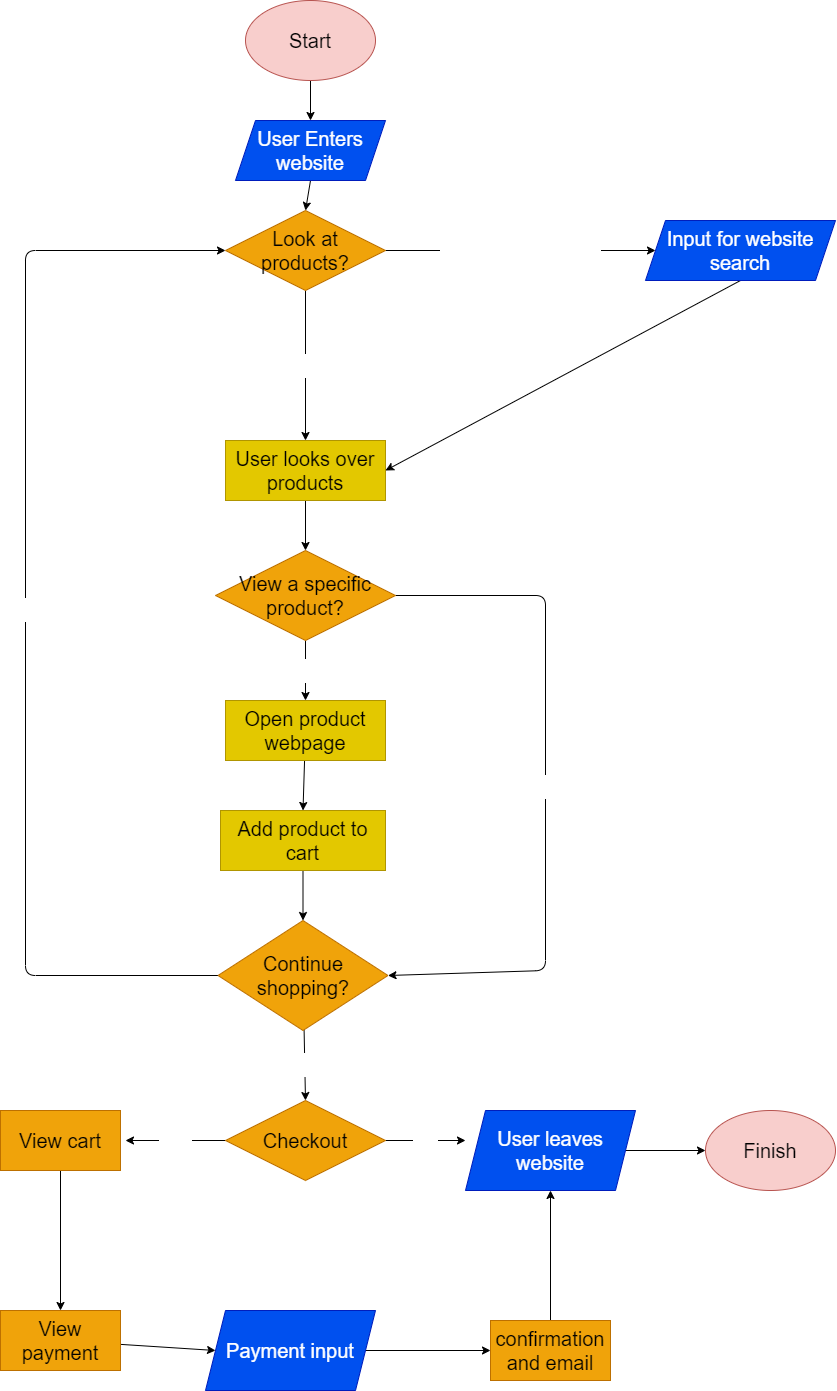
Earlier version of the draw.io export explore/diagramming/diagram.drawio.png (pdn002/fa22-cse110-lab4). Source tidied: cells renumbered, new cells last; positions are measured from the earlier drawing's top-left corner, leaving out a move shared by most shapes.
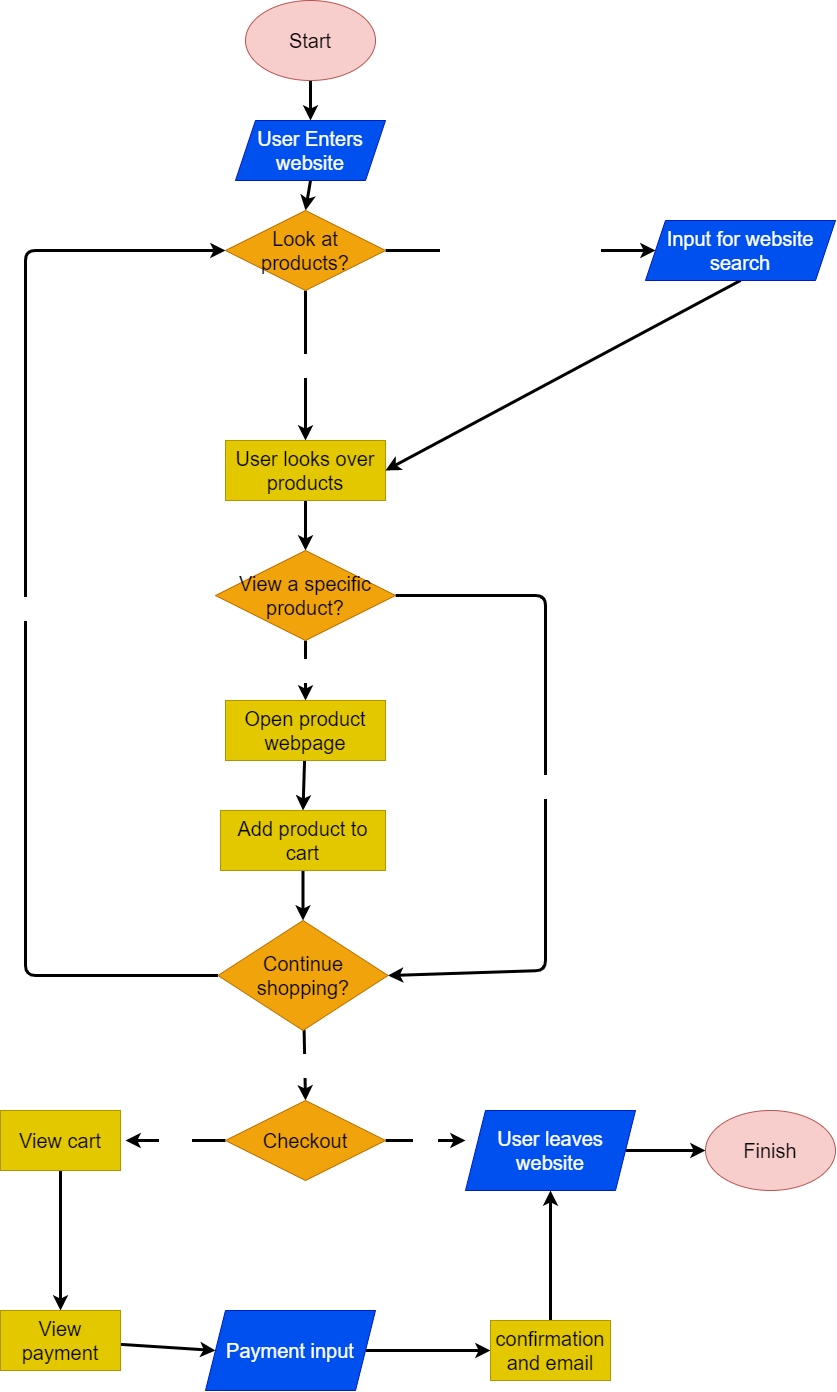
Above is the later version.

Change to the diagram source:
```diff
@@ -2,55 +2,55 @@
   <root>
     <mxCell id="0" />
     <mxCell id="1" parent="0" />
-    <mxCell id="2" style="edgeStyle=none;html=1;exitX=0.5;exitY=1;exitDx=0;exitDy=0;entryX=0.5;entryY=0;entryDx=0;entryDy=0;fontSize=20;fontColor=#000000;" parent="1" edge="1" source="3" target="5">
+    <mxCell id="2" style="edgeStyle=none;html=1;exitX=0.5;exitY=1;exitDx=0;exitDy=0;entryX=0.5;entryY=0;entryDx=0;entryDy=0;fontSize=20;fontColor=#000000;strokeWidth=3;" parent="1" edge="1" source="3" target="5">
       <mxGeometry relative="1" as="geometry" />
     </mxCell>
     <mxCell id="3" value="Start" style="ellipse;whiteSpace=wrap;html=1;fillColor=#f8cecc;strokeColor=#b85450;fontColor=#000000;fontSize=20;" parent="1" vertex="1">
       <mxGeometry x="245" width="130" height="80" as="geometry" />
     </mxCell>
-    <mxCell id="4" style="edgeStyle=none;html=1;exitX=0.5;exitY=1;exitDx=0;exitDy=0;entryX=0.5;entryY=0;entryDx=0;entryDy=0;fontSize=20;fontColor=#000000;" parent="1" edge="1" source="5" target="8">
+    <mxCell id="4" style="edgeStyle=none;html=1;exitX=0.5;exitY=1;exitDx=0;exitDy=0;entryX=0.5;entryY=0;entryDx=0;entryDy=0;fontSize=20;fontColor=#000000;strokeWidth=3;" parent="1" edge="1" source="5" target="8">
       <mxGeometry relative="1" as="geometry" />
     </mxCell>
     <mxCell id="5" value="User Enters website" style="shape=parallelogram;perimeter=parallelogramPerimeter;whiteSpace=wrap;html=1;fixedSize=1;fontSize=20;fillColor=#0050ef;strokeColor=#001DBC;fontColor=#ffffff;" parent="1" vertex="1">
       <mxGeometry x="235" y="120" width="150" height="60" as="geometry" />
     </mxCell>
-    <mxCell id="6" value="search for product" style="edgeStyle=none;html=1;entryX=0;entryY=0.5;entryDx=0;entryDy=0;fontSize=20;fontColor=#FFFFFF;" parent="1" edge="1" source="8" target="12">
+    <mxCell id="6" value="search for product" style="edgeStyle=none;html=1;entryX=0;entryY=0.5;entryDx=0;entryDy=0;fontSize=20;fontColor=#FFFFFF;strokeWidth=3;" parent="1" edge="1" source="8" target="12">
       <mxGeometry relative="1" as="geometry" />
     </mxCell>
-    <mxCell id="7" value="Explore homepage products" style="edgeStyle=none;html=1;entryX=0.5;entryY=0;entryDx=0;entryDy=0;fontSize=20;fontColor=#FFFFFF;" parent="1" edge="1" source="8" target="10">
+    <mxCell id="7" value="Explore homepage products" style="edgeStyle=none;html=1;entryX=0.5;entryY=0;entryDx=0;entryDy=0;fontSize=20;fontColor=#FFFFFF;strokeWidth=3;" parent="1" edge="1" source="8" target="10">
       <mxGeometry relative="1" as="geometry" />
     </mxCell>
     <mxCell id="8" value="Look at products?" style="rhombus;whiteSpace=wrap;html=1;fontSize=20;fontColor=#000000;fillColor=#f0a30a;strokeColor=#BD7000;" parent="1" vertex="1">
       <mxGeometry x="225" y="210" width="160" height="80" as="geometry" />
     </mxCell>
-    <mxCell id="9" style="edgeStyle=none;html=1;entryX=0.5;entryY=0;entryDx=0;entryDy=0;fontSize=20;fontColor=#FFFFFF;" parent="1" edge="1" source="10" target="19">
+    <mxCell id="9" style="edgeStyle=none;html=1;entryX=0.5;entryY=0;entryDx=0;entryDy=0;fontSize=20;fontColor=#FFFFFF;strokeWidth=3;" parent="1" edge="1" source="10" target="19">
       <mxGeometry relative="1" as="geometry" />
     </mxCell>
     <mxCell id="10" value="User looks over products" style="rounded=0;whiteSpace=wrap;html=1;fontSize=20;fontColor=#000000;fillColor=#e3c800;strokeColor=#B09500;" parent="1" vertex="1">
       <mxGeometry x="225" y="440" width="160" height="60" as="geometry" />
     </mxCell>
-    <mxCell id="11" style="edgeStyle=none;html=1;exitX=0.5;exitY=1;exitDx=0;exitDy=0;fontSize=20;fontColor=#000000;entryX=1;entryY=0.5;entryDx=0;entryDy=0;" parent="1" edge="1" source="12" target="10">
+    <mxCell id="11" style="edgeStyle=none;html=1;exitX=0.5;exitY=1;exitDx=0;exitDy=0;fontSize=20;fontColor=#000000;entryX=1;entryY=0.5;entryDx=0;entryDy=0;strokeWidth=3;" parent="1" edge="1" source="12" target="10">
       <mxGeometry relative="1" as="geometry" />
     </mxCell>
     <mxCell id="12" value="Input for website search" style="shape=parallelogram;perimeter=parallelogramPerimeter;whiteSpace=wrap;html=1;fixedSize=1;fontSize=20;strokeColor=#001DBC;fillColor=#0050ef;fontColor=#ffffff;" parent="1" vertex="1">
       <mxGeometry x="645" y="220" width="190" height="60" as="geometry" />
     </mxCell>
-    <mxCell id="13" style="edgeStyle=none;html=1;entryX=0.5;entryY=0;entryDx=0;entryDy=0;fontSize=20;fontColor=#FFFFFF;" parent="1" edge="1" source="14" target="16">
+    <mxCell id="13" style="edgeStyle=none;html=1;entryX=0.5;entryY=0;entryDx=0;entryDy=0;fontSize=20;fontColor=#FFFFFF;strokeWidth=3;" parent="1" edge="1" source="14" target="16">
       <mxGeometry relative="1" as="geometry" />
     </mxCell>
     <mxCell id="14" value="Open product webpage" style="rounded=0;whiteSpace=wrap;html=1;fontSize=20;fontColor=#000000;strokeColor=#B09500;fillColor=#e3c800;" parent="1" vertex="1">
       <mxGeometry x="225" y="700" width="160" height="60" as="geometry" />
     </mxCell>
-    <mxCell id="15" style="edgeStyle=none;html=1;entryX=0.5;entryY=0;entryDx=0;entryDy=0;fontSize=20;fontColor=#FFFFFF;" parent="1" edge="1" source="16" target="22">
+    <mxCell id="15" style="edgeStyle=none;html=1;entryX=0.5;entryY=0;entryDx=0;entryDy=0;fontSize=20;fontColor=#FFFFFF;strokeWidth=3;" parent="1" edge="1" source="16" target="22">
       <mxGeometry relative="1" as="geometry" />
     </mxCell>
     <mxCell id="16" value="Add product to cart" style="rounded=0;whiteSpace=wrap;html=1;fontSize=20;fontColor=#000000;strokeColor=#B09500;fillColor=#e3c800;" parent="1" vertex="1">
       <mxGeometry x="220" y="810" width="165" height="60" as="geometry" />
     </mxCell>
-    <mxCell id="17" value="Yes" style="edgeStyle=none;html=1;exitX=0.5;exitY=1;exitDx=0;exitDy=0;entryX=0.5;entryY=0;entryDx=0;entryDy=0;fontSize=20;fontColor=#FFFFFF;" parent="1" edge="1" source="19" target="14">
+    <mxCell id="17" value="Yes" style="edgeStyle=none;html=1;exitX=0.5;exitY=1;exitDx=0;exitDy=0;entryX=0.5;entryY=0;entryDx=0;entryDy=0;fontSize=20;fontColor=#FFFFFF;strokeWidth=3;" parent="1" edge="1" source="19" target="14">
       <mxGeometry relative="1" as="geometry" />
     </mxCell>
-    <mxCell id="18" value="No" style="edgeStyle=none;html=1;entryX=1;entryY=0.5;entryDx=0;entryDy=0;fontSize=20;fontColor=#FFFFFF;" parent="1" edge="1" source="19" target="22">
+    <mxCell id="18" value="No" style="edgeStyle=none;html=1;entryX=1;entryY=0.5;entryDx=0;entryDy=0;fontSize=20;fontColor=#FFFFFF;strokeWidth=3;" parent="1" edge="1" source="19" target="22">
       <mxGeometry relative="1" as="geometry">
         <Array as="points">
           <mxPoint x="545" y="595" />
@@ -61,7 +61,7 @@
     <mxCell id="19" value="View a specific product?" style="rhombus;whiteSpace=wrap;html=1;fontSize=20;fontColor=#000000;strokeColor=#BD7000;fillColor=#f0a30a;" parent="1" vertex="1">
       <mxGeometry x="215" y="550" width="180" height="90" as="geometry" />
     </mxCell>
-    <mxCell id="20" value="yes" style="edgeStyle=none;html=1;fontSize=20;fontColor=#FFFFFF;entryX=0;entryY=0.5;entryDx=0;entryDy=0;" parent="1" edge="1" source="22" target="8">
+    <mxCell id="20" value="yes" style="edgeStyle=none;html=1;fontSize=20;fontColor=#FFFFFF;entryX=0;entryY=0.5;entryDx=0;entryDy=0;strokeWidth=3;" parent="1" edge="1" source="22" target="8">
       <mxGeometry relative="1" as="geometry">
         <Array as="points">
           <mxPoint x="25" y="975" />
@@ -69,18 +69,18 @@
         </Array>
       </mxGeometry>
     </mxCell>
-    <mxCell id="21" value="No" style="edgeStyle=none;html=1;entryX=0.5;entryY=0;entryDx=0;entryDy=0;fontSize=20;fontColor=#FFFFFF;" parent="1" edge="1" source="22" target="25">
+    <mxCell id="21" value="No" style="edgeStyle=none;html=1;entryX=0.5;entryY=0;entryDx=0;entryDy=0;fontSize=20;fontColor=#FFFFFF;strokeWidth=3;" parent="1" edge="1" source="22" target="25">
       <mxGeometry relative="1" as="geometry" />
     </mxCell>
     <mxCell id="22" value="Continue shopping?" style="rhombus;whiteSpace=wrap;html=1;fontSize=20;fontColor=#000000;strokeColor=#BD7000;fillColor=#f0a30a;" parent="1" vertex="1">
       <mxGeometry x="217.5" y="920" width="170" height="110" as="geometry" />
     </mxCell>
-    <mxCell id="23" value="No" style="edgeStyle=none;html=1;fontSize=20;fontColor=#FFFFFF;" parent="1" edge="1" source="25">
+    <mxCell id="23" value="No" style="edgeStyle=none;html=1;fontSize=20;fontColor=#FFFFFF;strokeWidth=3;" parent="1" edge="1" source="25">
       <mxGeometry relative="1" as="geometry">
         <mxPoint x="465" y="1140" as="targetPoint" />
       </mxGeometry>
     </mxCell>
-    <mxCell id="24" value="Yes" style="edgeStyle=none;html=1;fontSize=20;fontColor=#FFFFFF;" parent="1" edge="1" source="25">
+    <mxCell id="24" value="Yes" style="edgeStyle=none;html=1;fontSize=20;fontColor=#FFFFFF;strokeWidth=3;" parent="1" edge="1" source="25">
       <mxGeometry relative="1" as="geometry">
         <mxPoint x="125" y="1140" as="targetPoint" />
       </mxGeometry>
@@ -88,7 +88,7 @@
     <mxCell id="25" value="Checkout" style="rhombus;whiteSpace=wrap;html=1;fontSize=20;fontColor=#000000;strokeColor=#BD7000;fillColor=#f0a30a;" parent="1" vertex="1">
       <mxGeometry x="225" y="1100" width="160" height="80" as="geometry" />
     </mxCell>
-    <mxCell id="26" style="edgeStyle=none;html=1;entryX=0;entryY=0.5;entryDx=0;entryDy=0;fontSize=20;fontColor=#FFFFFF;" parent="1" edge="1" source="27" target="28">
+    <mxCell id="26" style="edgeStyle=none;html=1;entryX=0;entryY=0.5;entryDx=0;entryDy=0;fontSize=20;fontColor=#FFFFFF;strokeWidth=3;" parent="1" edge="1" source="27" target="28">
       <mxGeometry relative="1" as="geometry" />
     </mxCell>
     <mxCell id="27" value="User leaves website" style="shape=parallelogram;perimeter=parallelogramPerimeter;whiteSpace=wrap;html=1;fixedSize=1;fontSize=20;fontColor=#ffffff;strokeColor=#001DBC;fillColor=#0050ef;" parent="1" vertex="1">
@@ -97,28 +97,28 @@
     <mxCell id="28" value="Finish" style="ellipse;whiteSpace=wrap;html=1;fillColor=#f8cecc;strokeColor=#b85450;fontColor=#000000;fontSize=20;" parent="1" vertex="1">
       <mxGeometry x="705" y="1110" width="130" height="80" as="geometry" />
     </mxCell>
-    <mxCell id="29" style="edgeStyle=none;html=1;entryX=0.5;entryY=0;entryDx=0;entryDy=0;fontSize=20;fontColor=#FFFFFF;" parent="1" edge="1" source="30" target="32">
+    <mxCell id="29" style="edgeStyle=none;html=1;entryX=0.5;entryY=0;entryDx=0;entryDy=0;fontSize=20;fontColor=#FFFFFF;strokeWidth=3;" parent="1" edge="1" source="30" target="32">
       <mxGeometry relative="1" as="geometry" />
     </mxCell>
-    <mxCell id="30" value="View cart" style="rounded=0;whiteSpace=wrap;html=1;fontSize=20;fontColor=#000000;strokeColor=#BD7000;fillColor=#f0a30a;" parent="1" vertex="1">
+    <mxCell id="30" value="View cart" style="rounded=0;whiteSpace=wrap;html=1;fontSize=20;fontColor=#000000;strokeColor=#B09500;fillColor=#e3c800;" parent="1" vertex="1">
       <mxGeometry y="1110" width="120" height="60" as="geometry" />
     </mxCell>
-    <mxCell id="31" style="edgeStyle=none;html=1;entryX=0;entryY=0.5;entryDx=0;entryDy=0;fontSize=20;fontColor=#FFFFFF;" parent="1" edge="1" source="32" target="34">
+    <mxCell id="31" style="edgeStyle=none;html=1;entryX=0;entryY=0.5;entryDx=0;entryDy=0;fontSize=20;fontColor=#FFFFFF;strokeWidth=3;" parent="1" edge="1" source="32" target="34">
       <mxGeometry relative="1" as="geometry" />
     </mxCell>
-    <mxCell id="32" value="View payment" style="rounded=0;whiteSpace=wrap;html=1;fontSize=20;fontColor=#000000;strokeColor=#BD7000;fillColor=#f0a30a;" parent="1" vertex="1">
+    <mxCell id="32" value="View payment" style="rounded=0;whiteSpace=wrap;html=1;fontSize=20;fontColor=#000000;strokeColor=#B09500;fillColor=#e3c800;" parent="1" vertex="1">
       <mxGeometry y="1310" width="120" height="60" as="geometry" />
     </mxCell>
-    <mxCell id="33" style="edgeStyle=none;html=1;entryX=0;entryY=0.5;entryDx=0;entryDy=0;fontSize=20;fontColor=#FFFFFF;" parent="1" edge="1" source="34" target="36">
+    <mxCell id="33" style="edgeStyle=none;html=1;entryX=0;entryY=0.5;entryDx=0;entryDy=0;fontSize=20;fontColor=#FFFFFF;strokeWidth=3;" parent="1" edge="1" source="34" target="36">
       <mxGeometry relative="1" as="geometry" />
     </mxCell>
     <mxCell id="34" value="Payment input" style="shape=parallelogram;perimeter=parallelogramPerimeter;whiteSpace=wrap;html=1;fixedSize=1;fontSize=20;fontColor=#ffffff;strokeColor=#001DBC;fillColor=#0050ef;" parent="1" vertex="1">
       <mxGeometry x="205" y="1310" width="170" height="80" as="geometry" />
     </mxCell>
-    <mxCell id="35" style="edgeStyle=none;html=1;entryX=0.5;entryY=1;entryDx=0;entryDy=0;fontSize=20;fontColor=#FFFFFF;" parent="1" edge="1" source="36" target="27">
+    <mxCell id="35" style="edgeStyle=none;html=1;entryX=0.5;entryY=1;entryDx=0;entryDy=0;fontSize=20;fontColor=#FFFFFF;strokeWidth=3;" parent="1" edge="1" source="36" target="27">
       <mxGeometry relative="1" as="geometry" />
     </mxCell>
-    <mxCell id="36" value="confirmation and email" style="rounded=0;whiteSpace=wrap;html=1;fontSize=20;fontColor=#000000;strokeColor=#BD7000;fillColor=#f0a30a;" parent="1" vertex="1">
+    <mxCell id="36" value="confirmation and email" style="rounded=0;whiteSpace=wrap;html=1;fontSize=20;fontColor=#000000;strokeColor=#B09500;fillColor=#e3c800;" parent="1" vertex="1">
       <mxGeometry x="490" y="1320" width="120" height="60" as="geometry" />
     </mxCell>
   </root>
```
